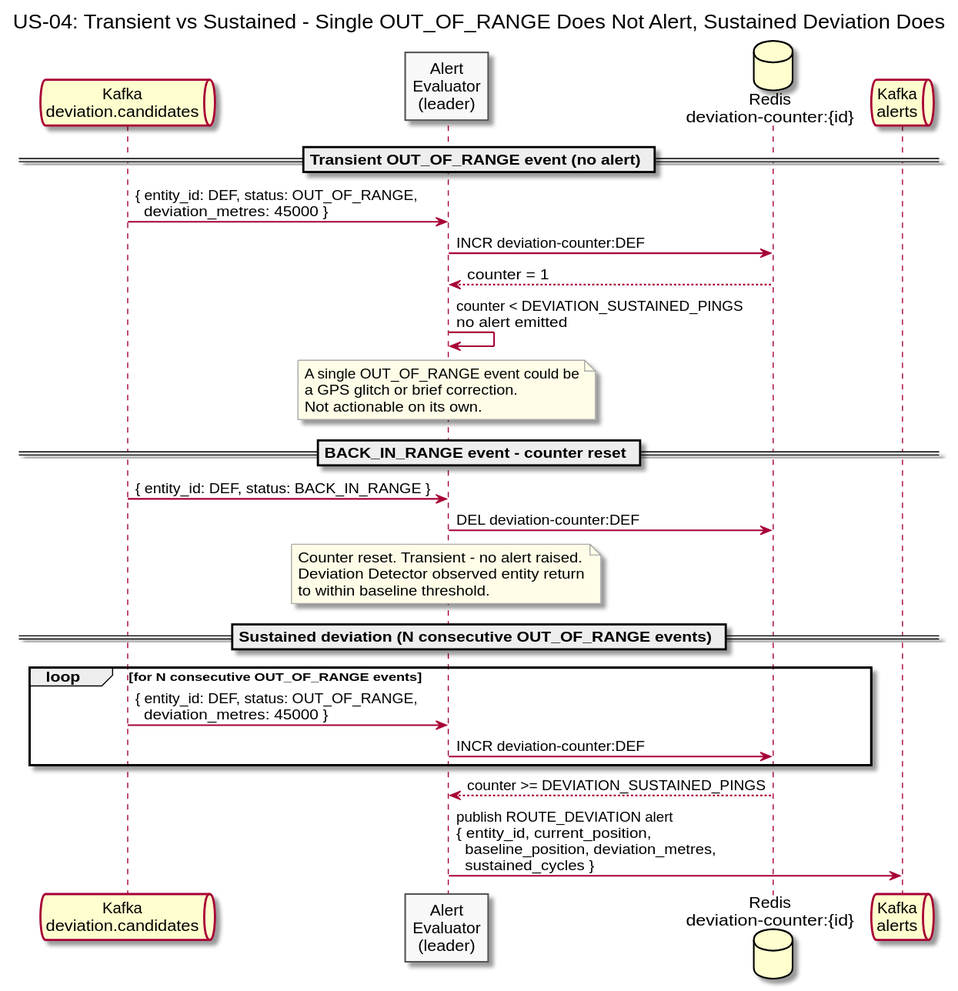
Earlier version of the PlantUML export diagrams/docs/use-cases/US-04-route-deviation-alert/transient-vs-sustained.svg (Buffden/sentinel).
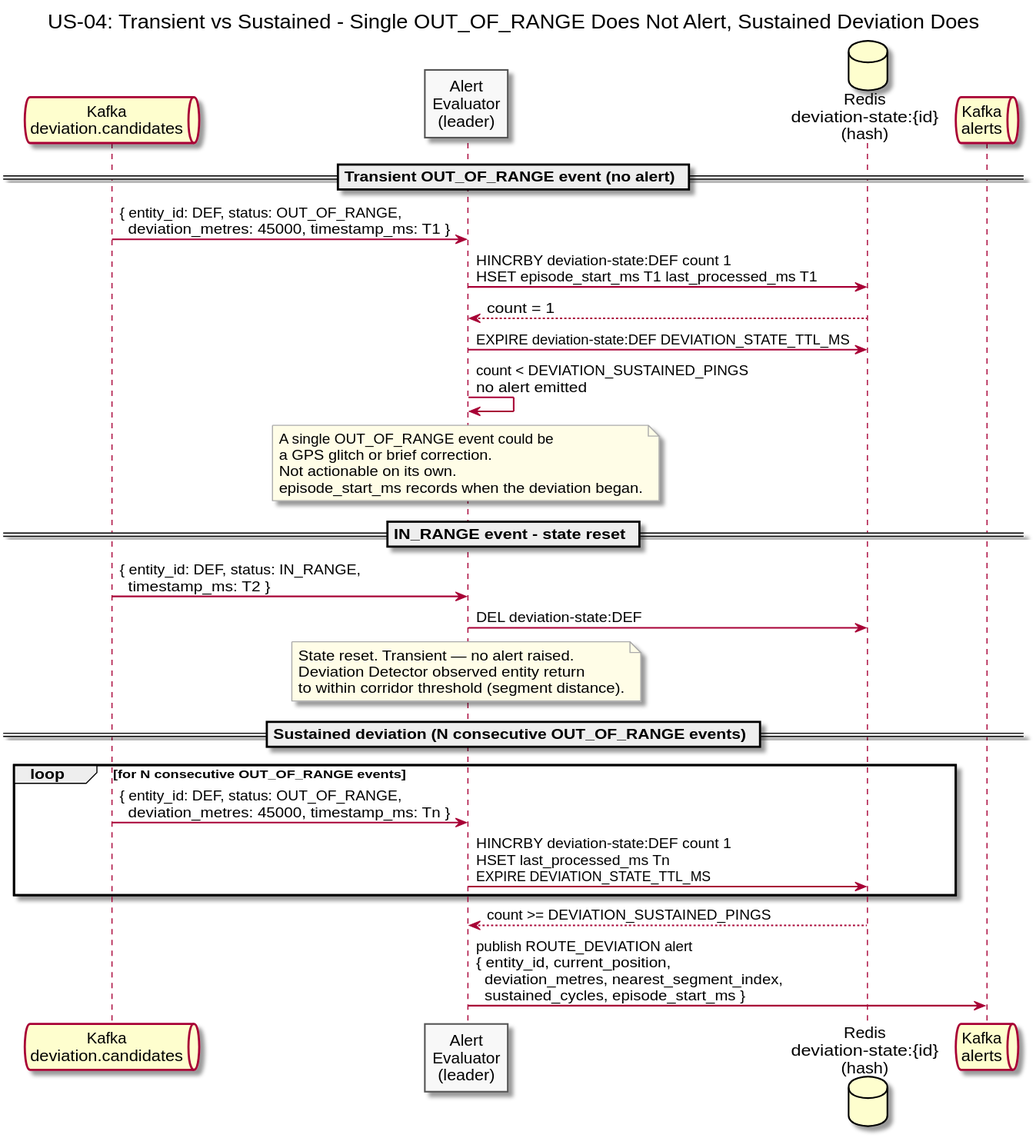
After the change.

What changed in the source:
```diff
@@ -9,44 +9,47 @@
 
 queue "Kafka\ndeviation.candidates" as DevCandKafka
 participant "Alert\nEvaluator\n(leader)" as Evaluator
-database "Redis\ndeviation-counter:{id}" as DevState
+database "Redis\ndeviation-state:{id}\n(hash)" as DevState
 queue "Kafka\nalerts" as Kafka
 
 == Transient OUT_OF_RANGE event (no alert) ==
 
-DevCandKafka -> Evaluator : { entity_id: DEF, status: OUT_OF_RANGE,\n  deviation_metres: 45000 }
+DevCandKafka -> Evaluator : { entity_id: DEF, status: OUT_OF_RANGE,\n  deviation_metres: 45000, timestamp_ms: T1 }
 
-Evaluator -> DevState : INCR deviation-counter:DEF
-DevState --> Evaluator : counter = 1
+Evaluator -> DevState : HINCRBY deviation-state:DEF count 1\nHSET episode_start_ms T1 last_processed_ms T1
+DevState --> Evaluator : count = 1
 
-Evaluator -> Evaluator : counter < DEVIATION_SUSTAINED_PINGS\nno alert emitted
+Evaluator -> DevState : EXPIRE deviation-state:DEF DEVIATION_STATE_TTL_MS
+
+Evaluator -> Evaluator : count < DEVIATION_SUSTAINED_PINGS\nno alert emitted
 
 note over Evaluator
   A single OUT_OF_RANGE event could be
   a GPS glitch or brief correction.
   Not actionable on its own.
+  episode_start_ms records when the deviation began.
 end note
 
-== BACK_IN_RANGE event - counter reset ==
+== IN_RANGE event - state reset ==
 
-DevCandKafka -> Evaluator : { entity_id: DEF, status: BACK_IN_RANGE }
+DevCandKafka -> Evaluator : { entity_id: DEF, status: IN_RANGE,\n  timestamp_ms: T2 }
 
-Evaluator -> DevState : DEL deviation-counter:DEF
+Evaluator -> DevState : DEL deviation-state:DEF
 note over Evaluator
-  Counter reset. Transient - no alert raised.
+  State reset. Transient — no alert raised.
   Deviation Detector observed entity return
-  to within baseline threshold.
+  to within corridor threshold (segment distance).
 end note
 
 == Sustained deviation (N consecutive OUT_OF_RANGE events) ==
 
 loop for N consecutive OUT_OF_RANGE events
-  DevCandKafka -> Evaluator : { entity_id: DEF, status: OUT_OF_RANGE,\n  deviation_metres: 45000 }
-  Evaluator -> DevState : INCR deviation-counter:DEF
+  DevCandKafka -> Evaluator : { entity_id: DEF, status: OUT_OF_RANGE,\n  deviation_metres: 45000, timestamp_ms: Tn }
+  Evaluator -> DevState : HINCRBY deviation-state:DEF count 1\nHSET last_processed_ms Tn\nEXPIRE DEVIATION_STATE_TTL_MS
 end
 
-DevState --> Evaluator : counter >= DEVIATION_SUSTAINED_PINGS
+DevState --> Evaluator : count >= DEVIATION_SUSTAINED_PINGS
 
-Evaluator -> Kafka : publish ROUTE_DEVIATION alert\n{ entity_id, current_position,\n  baseline_position, deviation_metres,\n  sustained_cycles }
+Evaluator -> Kafka : publish ROUTE_DEVIATION alert\n{ entity_id, current_position,\n  deviation_metres, nearest_segment_index,\n  sustained_cycles, episode_start_ms }
 
 @enduml
```
